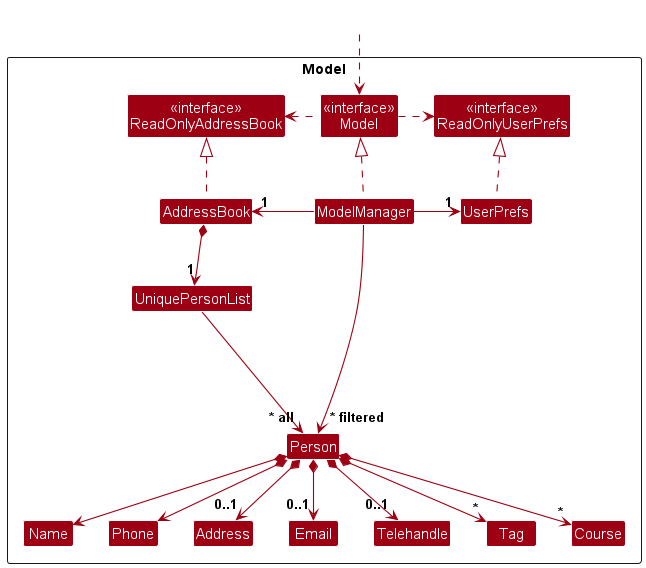
This is docs/images/ModelClassDiagram.png from tanteckfang/tp, a PlantUML export, as it was before one commit.
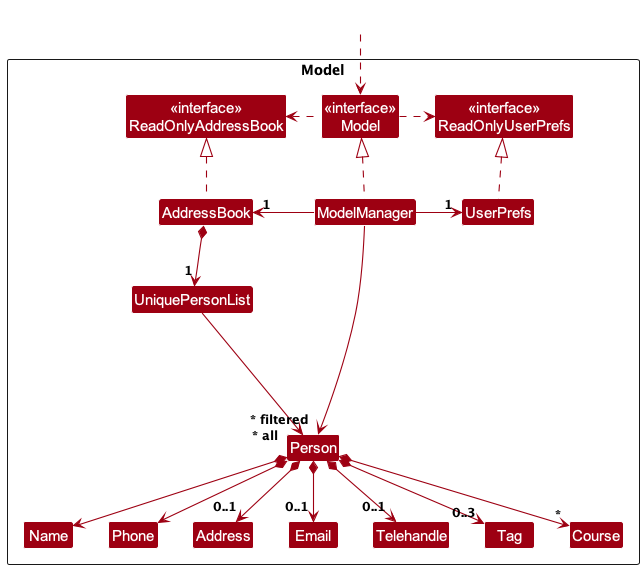
The same file after the commit.

What changed in the source:
```diff
@@ -44,7 +44,7 @@
 Person *--> "0..1"Email
 Person *--> "0..1"Address
 Person *--> "0..1"Telehandle
-Person *--> "*" Tag
+Person *--> "0..3" Tag
 Person *--> "*" Course
 
 Person -[hidden]up--> I
```
